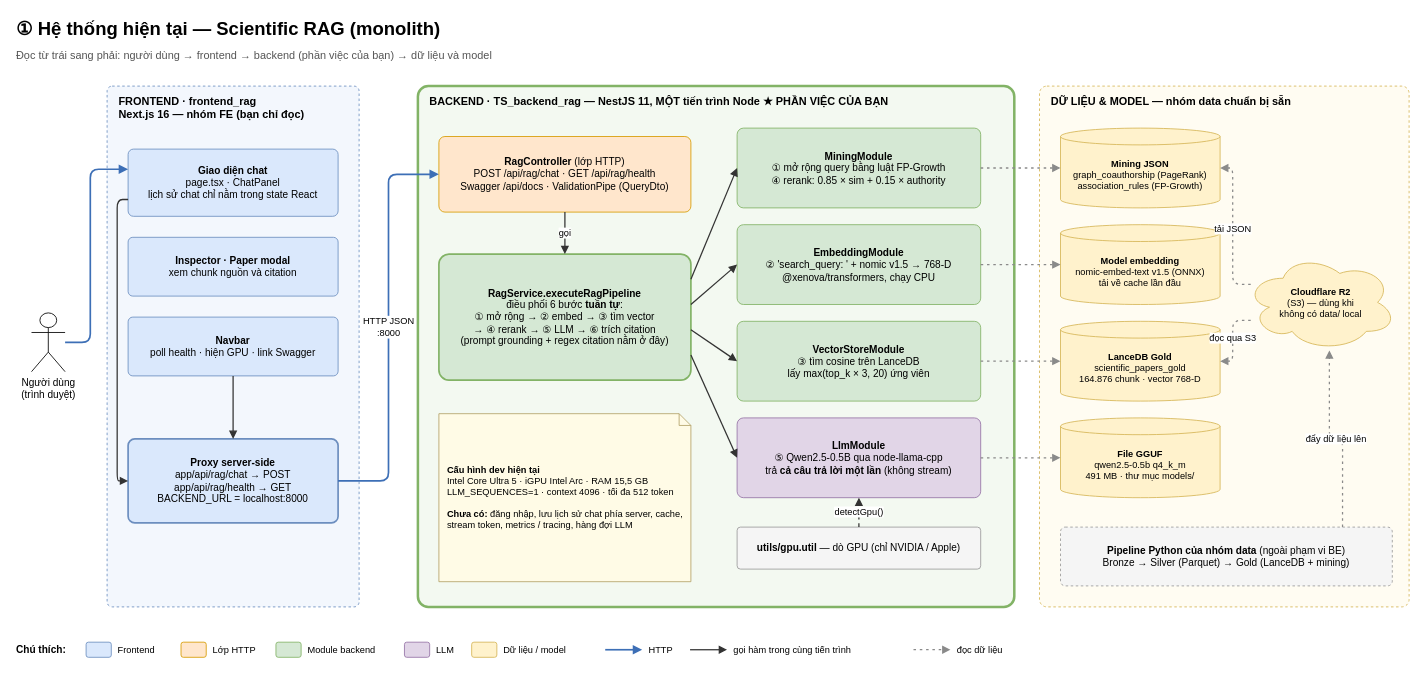
This is docs/diagrams/01-he-thong-hien-tai.drawio from QuangManhAI/backend_rag, a draw.io file, before an edit. Source tidied: cells renumbered, new cells numbered last; positions are measured from the earlier drawing's top-left corner, leaving out a move shared by most shapes. Both pictures are drawn from the tidied source at 84%, with x=0, y=0 at pixel (14, 14).
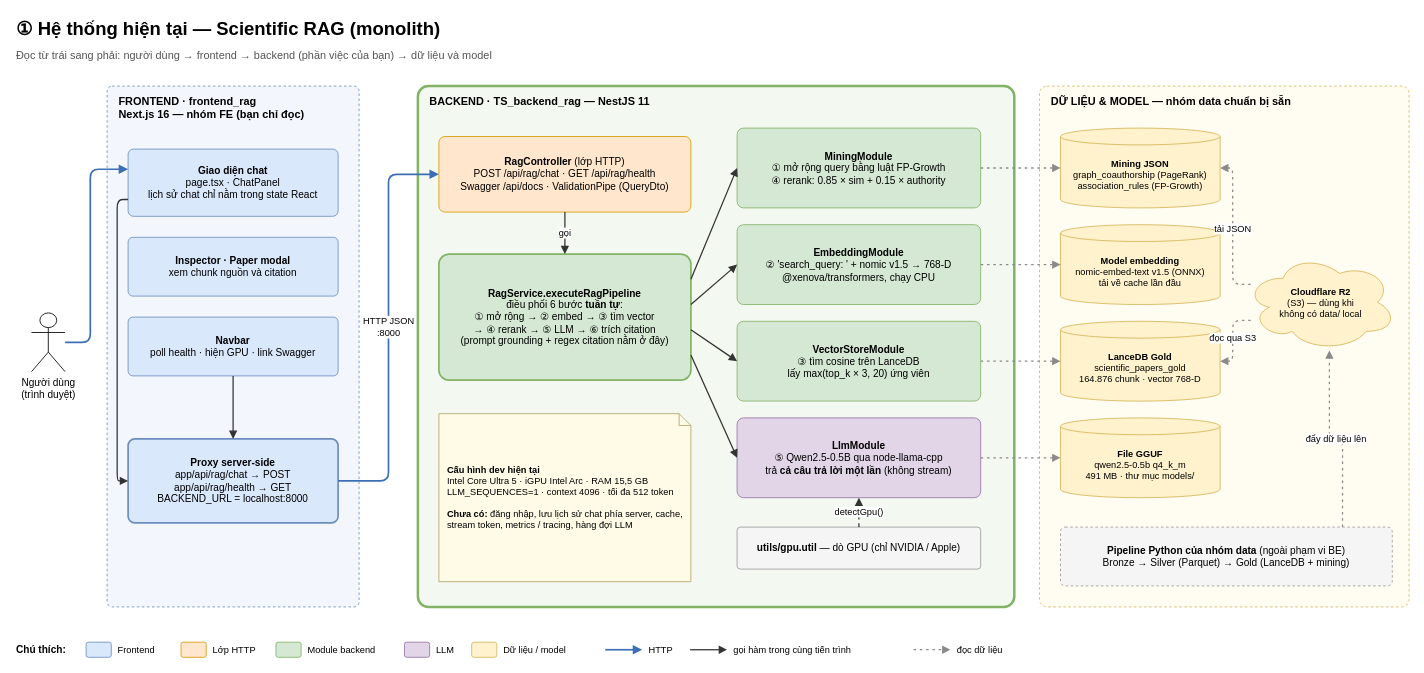
The same diagram, later.

Commit message (it also covers changes not shown here):
Add backup diagram for current system architecture in Draw.io format

The edit, as a diff of the source:
```diff
@@
-    <mxCell id="13" value="BACKEND · TS_backend_rag — NestJS 11, MỘT tiến trình Node       ★ PHẦN VIỆC CỦA BẠN" style="rounded=1;whiteSpace=wrap;html=1;arcSize=2;verticalAlign=top;align=left;spacingLeft=12;spacingTop=4;fontStyle=1;fontSize=13;dashed=1;fillColor=#f3f9f1;strokeColor=#82b366;dashed=0;strokeWidth=3;" parent="1" vertex="1">
+    <mxCell id="13" value="BACKEND · TS_backend_rag — NestJS 11" style="rounded=1;whiteSpace=wrap;html=1;arcSize=2;verticalAlign=top;align=left;spacingLeft=12;spacingTop=4;fontStyle=1;fontSize=13;dashed=1;fillColor=#f3f9f1;strokeColor=#82b366;dashed=0;strokeWidth=3;" parent="1" vertex="1">
       <mxGeometry x="480" y="85" width="710" height="620" as="geometry" />
     </mxCell>
```
